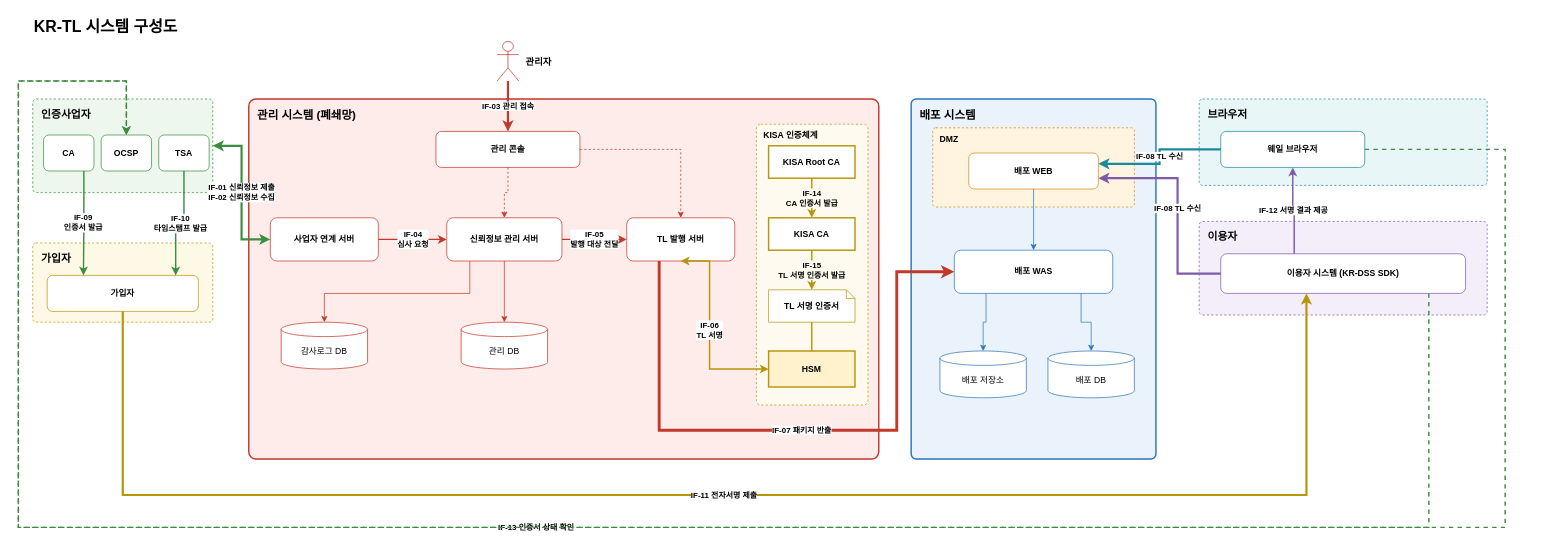
yongsungkim-electcerti/kr-dss keeps this draw.io diagram as docs/design/KR-TL-관리시스템/diagrams/krtl-system.drawio. Above is the earlier version. Source tidied: cells renumbered, new cells numbered last; positions are measured from the earlier drawing's top-left corner, leaving out a move shared by most shapes. Both pictures are drawn from the tidied source at 72%, with x=0, y=0 at pixel (18, 12).
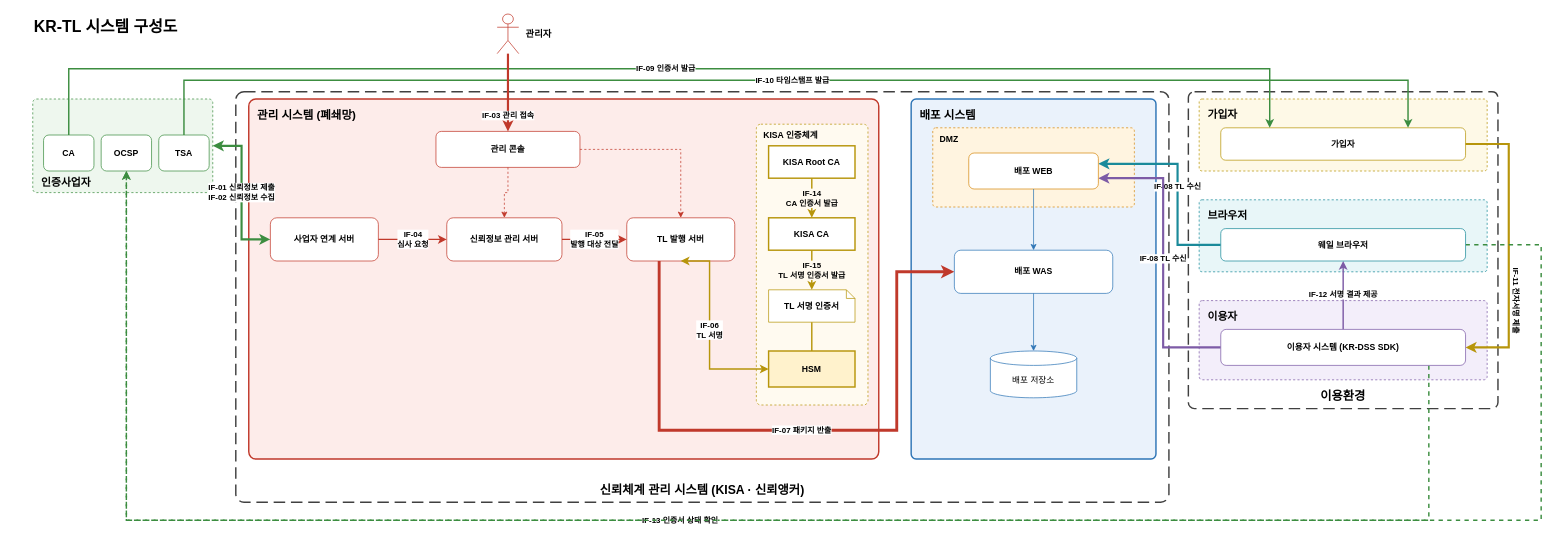
After the change.

Commit message (it also covers changes not shown here):
docs(kr-tl): 구성도 DB 제거, 이용환경 한 열 배치, 신뢰체계 관리 시스템(신뢰앵커) 그룹 표시 [claude]

Unchanged cells that the change refers to:
```xml
<mxCell id="10" value="CA" style="rounded=1;whiteSpace=wrap;html=1;fillColor=#ffffff;strokeColor=#3c8d40;fontStyle=1;" parent="1" vertex="1">
  <mxGeometry x="35" y="170" width="70" height="50" as="geometry" />
</mxCell>
<mxCell id="11" value="OCSP" style="rounded=1;whiteSpace=wrap;html=1;fillColor=#ffffff;strokeColor=#3c8d40;fontStyle=1;" parent="1" vertex="1">
  <mxGeometry x="115" y="170" width="70" height="50" as="geometry" />
</mxCell>
<mxCell id="12" value="TSA" style="rounded=1;whiteSpace=wrap;html=1;fillColor=#ffffff;strokeColor=#3c8d40;fontStyle=1;" parent="1" vertex="1">
  <mxGeometry x="195" y="170" width="70" height="50" as="geometry" />
</mxCell>
<mxCell id="15" value="관리 콘솔" style="rounded=1;whiteSpace=wrap;html=1;fillColor=#ffffff;strokeColor=#c0392b;fontStyle=1;" parent="1" vertex="1">
  <mxGeometry x="580" y="165" width="200" height="50" as="geometry" />
</mxCell>
<mxCell id="17" value="신뢰정보 관리 서버" style="rounded=1;whiteSpace=wrap;html=1;fillColor=#ffffff;strokeColor=#c0392b;fontStyle=1;" parent="1" vertex="1">
  <mxGeometry x="595" y="285" width="160" height="60" as="geometry" />
</mxCell>
<mxCell id="31" value="배포 WEB" style="rounded=1;whiteSpace=wrap;html=1;fillColor=#ffffff;strokeColor=#d68910;fontStyle=1;" parent="1" vertex="1">
  <mxGeometry x="1320" y="195" width="180" height="50" as="geometry" />
</mxCell>
<mxCell id="32" value="배포 WAS" style="rounded=1;whiteSpace=wrap;html=1;fillColor=#ffffff;strokeColor=#2e75b6;fontStyle=1;" parent="1" vertex="1">
  <mxGeometry x="1300" y="330" width="220" height="60" as="geometry" />
</mxCell>
```

Change to the diagram source:
```diff
@@
+    <mxCell id="56" value="신뢰체계 관리 시스템 (KISA · 신뢰앵커)" style="rounded=1;arcSize=2;fillColor=none;strokeColor=#404040;strokeWidth=2;dashed=1;dashPattern=8 4;verticalAlign=bottom;align=center;spacingBottom=6;fontStyle=1;fontSize=17;" parent="1" vertex="1">
+      <mxGeometry x="302" y="110" width="1296" height="570" as="geometry" />
+    </mxCell>
+    <mxCell id="57" value="이용환경" style="rounded=1;arcSize=2;fillColor=none;strokeColor=#404040;strokeWidth=2;dashed=1;dashPattern=8 4;verticalAlign=bottom;align=center;spacingBottom=6;fontStyle=1;fontSize=17;" parent="1" vertex="1">
+      <mxGeometry x="1625" y="110" width="430" height="440" as="geometry" />
+    </mxCell>
+    <mxCell id="53" value="IF-11 전자서명 제출" style="text;html=1;fontSize=11;fontStyle=1;align=center;verticalAlign=middle;labelBackgroundColor=#ffffff;rotation=90;" parent="1" vertex="1">
+      <mxGeometry x="2015" y="390" width="130" height="20" as="geometry" />
+    </mxCell>
-    <mxCell id="3" value="인증사업자" style="rounded=1;arcSize=4;dashed=1;fillColor=#eef7ee;strokeColor=#3c8d40;verticalAlign=top;align=left;spacingLeft=10;spacingTop=6;fontStyle=1;fontSize=15;" parent="1" vertex="1">
+    <mxCell id="3" value="인증사업자" style="rounded=1;arcSize=4;dashed=1;fillColor=#eef7ee;strokeColor=#3c8d40;verticalAlign=bottom;spacingBottom=4;align=left;spacingLeft=10;spacingTop=6;fontStyle=1;fontSize=15;" parent="1" vertex="1">
       <mxGeometry x="20" y="120" width="250" height="130" as="geometry" />
     </mxCell>
-    <mxCell id="4" value="가입자" style="rounded=1;arcSize=4;dashed=1;fillColor=#fef9e7;strokeColor=#b7950b;verticalAlign=top;align=left;spacingLeft=10;spacingTop=6;fontStyle=1;fontSize=15;" parent="1" vertex="1">
-      <mxGeometry x="20" y="320" width="250" height="110" as="geometry" />
-    </mxCell>
@@
     <mxCell id="8" value="브라우저" style="rounded=1;arcSize=4;dashed=1;fillColor=#e8f6f8;strokeColor=#1a8a9a;verticalAlign=top;align=left;spacingLeft=10;spacingTop=6;fontStyle=1;fontSize=15;" parent="1" vertex="1">
-      <mxGeometry x="1640" y="120" width="400" height="120" as="geometry" />
+      <mxGeometry x="1640" y="260" width="400" height="100" as="geometry" />
     </mxCell>
     <mxCell id="9" value="이용자" style="rounded=1;arcSize=4;dashed=1;fillColor=#f3eefa;strokeColor=#7d5ba6;verticalAlign=top;align=left;spacingLeft=10;spacingTop=6;fontStyle=1;fontSize=15;" parent="1" vertex="1">
-      <mxGeometry x="1640" y="290" width="400" height="130" as="geometry" />
+      <mxGeometry x="1640" y="400" width="400" height="110" as="geometry" />
     </mxCell>
@@
-    <mxCell id="13" value="가입자" style="rounded=1;whiteSpace=wrap;html=1;fillColor=#ffffff;strokeColor=#b7950b;fontStyle=1;" parent="1" vertex="1">
-      <mxGeometry x="40" y="365" width="210" height="50" as="geometry" />
-    </mxCell>
     <mxCell id="14" value="&lt;b&gt;관리자&lt;/b&gt;" style="shape=umlActor;verticalLabelPosition=middle;labelPosition=right;align=left;spacingLeft=8;html=1;outlineConnect=0;fillColor=#ffffff;strokeColor=#c0392b;fontSize=13;" parent="1" vertex="1">
-      <mxGeometry x="665" y="40" width="30" height="55" as="geometry" />
+      <mxGeometry x="665" y="2" width="30" height="55" as="geometry" />
     </mxCell>
@@
-    <mxCell id="19" value="감사로그 DB" style="shape=cylinder3;whiteSpace=wrap;html=1;boundedLbl=1;size=10;fillColor=#ffffff;strokeColor=#c0392b;" parent="1" vertex="1">
-      <mxGeometry x="365" y="430" width="120" height="65" as="geometry" />
-    </mxCell>
-    <mxCell id="20" value="관리 DB" style="shape=cylinder3;whiteSpace=wrap;html=1;boundedLbl=1;size=10;fillColor=#ffffff;strokeColor=#c0392b;" parent="1" vertex="1">
-      <mxGeometry x="615" y="430" width="120" height="65" as="geometry" />
-    </mxCell>
@@
+    <mxCell id="4" value="가입자" style="rounded=1;arcSize=4;dashed=1;fillColor=#fef9e7;strokeColor=#b7950b;verticalAlign=top;align=left;spacingLeft=10;spacingTop=6;fontStyle=1;fontSize=15;" parent="1" vertex="1">
+      <mxGeometry x="1640" y="120" width="400" height="100" as="geometry" />
+    </mxCell>
+    <mxCell id="13" value="가입자" style="rounded=1;whiteSpace=wrap;html=1;fillColor=#ffffff;strokeColor=#b7950b;fontStyle=1;" parent="1" vertex="1">
+      <mxGeometry x="1670" y="160" width="340" height="45" as="geometry" />
+    </mxCell>
+    <mxCell id="39" value="IF-09 인증서 발급" style="edgeStyle=orthogonalEdgeStyle;rounded=0;html=1;fontSize=11;fontStyle=1;labelBackgroundColor=#ffffff;strokeColor=#3c8d40;strokeWidth=2;exitX=0.5;exitY=0;entryX=0.2;entryY=0;" parent="1" edge="1" source="10" target="13">
+      <mxGeometry relative="1" as="geometry">
+        <Array as="points">
+          <mxPoint x="70" y="78" />
+          <mxPoint x="1738" y="78" />
+        </Array>
+      </mxGeometry>
+    </mxCell>
+    <mxCell id="40" value="IF-10 타임스탬프 발급" style="edgeStyle=orthogonalEdgeStyle;rounded=0;html=1;fontSize=11;fontStyle=1;labelBackgroundColor=#ffffff;strokeColor=#3c8d40;strokeWidth=2;exitX=0.5;exitY=0;entryX=0.765;entryY=0;" parent="1" edge="1" source="12" target="13">
+      <mxGeometry relative="1" as="geometry">
+        <Array as="points">
+          <mxPoint x="230" y="94" />
+          <mxPoint x="1930" y="94" />
+        </Array>
+      </mxGeometry>
+    </mxCell>
+    <mxCell id="58" style="edgeStyle=orthogonalEdgeStyle;rounded=0;html=1;fontSize=11;fontStyle=1;labelBackgroundColor=#ffffff;strokeColor=#b7950b;strokeWidth=3;exitX=1;exitY=0.5;entryX=1;entryY=0.5;" parent="1" edge="1" source="13" target="36">
+      <mxGeometry relative="1" as="geometry">
+        <Array as="points">
+          <mxPoint x="2070" y="182" />
+          <mxPoint x="2070" y="465" />
+        </Array>
+      </mxGeometry>
+    </mxCell>
+    <mxCell id="52" value="IF-12 서명 결과 제공" style="edgeStyle=orthogonalEdgeStyle;rounded=0;html=1;fontSize=11;fontStyle=1;labelBackgroundColor=#ffffff;strokeColor=#7d5ba6;strokeWidth=2;exitX=0.5;exitY=0;entryX=0.5;entryY=1;" parent="1" edge="1" source="36" target="35">
+      <mxGeometry relative="1" as="geometry" />
+    </mxCell>
+    <mxCell id="50" value="IF-08 TL 수신" style="edgeStyle=orthogonalEdgeStyle;rounded=0;html=1;fontSize=11;fontStyle=1;labelBackgroundColor=#ffffff;strokeColor=#1a8a9a;strokeWidth=3;exitX=0;exitY=0.5;entryX=1;entryY=0.3;" parent="1" edge="1" source="35" target="31">
+      <mxGeometry relative="1" as="geometry">
+        <Array as="points">
+          <mxPoint x="1610" y="322" />
+          <mxPoint x="1610" y="210" />
+        </Array>
+      </mxGeometry>
+    </mxCell>
+    <mxCell id="51" value="IF-08 TL 수신" style="edgeStyle=orthogonalEdgeStyle;rounded=0;html=1;fontSize=11;fontStyle=1;labelBackgroundColor=#ffffff;strokeColor=#7d5ba6;strokeWidth=3;exitX=0;exitY=0.5;entryX=1;entryY=0.7;" parent="1" edge="1" source="36" target="31">
+      <mxGeometry relative="1" as="geometry">
+        <Array as="points">
+          <mxPoint x="1590" y="465" />
+          <mxPoint x="1590" y="230" />
+        </Array>
+      </mxGeometry>
+    </mxCell>
+    <mxCell id="54" value="IF-13 인증서 상태 확인" style="edgeStyle=orthogonalEdgeStyle;rounded=0;html=1;fontSize=11;fontStyle=1;labelBackgroundColor=#ffffff;strokeColor=#3c8d40;strokeWidth=2;dashed=1;exitX=0.85;exitY=1;entryX=0.5;entryY=1;" parent="1" edge="1" source="36" target="11">
+      <mxGeometry relative="1" as="geometry">
+        <Array as="points">
+          <mxPoint x="1959" y="705" />
+          <mxPoint x="150" y="705" />
+        </Array>
+      </mxGeometry>
+    </mxCell>
+    <mxCell id="55" style="edgeStyle=orthogonalEdgeStyle;rounded=0;html=1;fontSize=11;fontStyle=1;labelBackgroundColor=#ffffff;strokeColor=#3c8d40;strokeWidth=2;dashed=1;exitX=1;exitY=0.5;entryX=0.5;entryY=1;" parent="1" edge="1" source="35" target="11">
+      <mxGeometry relative="1" as="geometry">
+        <Array as="points">
+          <mxPoint x="2115" y="322" />
+          <mxPoint x="2115" y="705" />
+          <mxPoint x="150" y="705" />
+        </Array>
+      </mxGeometry>
+    </mxCell>
@@
     <mxCell id="33" value="배포 저장소" style="shape=cylinder3;whiteSpace=wrap;html=1;boundedLbl=1;size=10;fillColor=#ffffff;strokeColor=#2e75b6;" parent="1" vertex="1">
-      <mxGeometry x="1280" y="470" width="120" height="65" as="geometry" />
+      <mxGeometry x="1350" y="470" width="120" height="65" as="geometry" />
     </mxCell>
-    <mxCell id="34" value="배포 DB" style="shape=cylinder3;whiteSpace=wrap;html=1;boundedLbl=1;size=10;fillColor=#ffffff;strokeColor=#2e75b6;" parent="1" vertex="1">
-      <mxGeometry x="1430" y="470" width="120" height="65" as="geometry" />
-    </mxCell>
     <mxCell id="35" value="웨일 브라우저" style="rounded=1;whiteSpace=wrap;html=1;fillColor=#ffffff;strokeColor=#1a8a9a;fontStyle=1;" parent="1" vertex="1">
-      <mxGeometry x="1670" y="165" width="200" height="50" as="geometry" />
+      <mxGeometry x="1670" y="300" width="340" height="45" as="geometry" />
     </mxCell>
     <mxCell id="36" value="이용자 시스템 (KR-DSS SDK)" style="rounded=1;whiteSpace=wrap;html=1;fillColor=#ffffff;strokeColor=#7d5ba6;fontStyle=1;" parent="1" vertex="1">
-      <mxGeometry x="1670" y="335" width="340" height="55" as="geometry" />
+      <mxGeometry x="1670" y="440" width="340" height="50" as="geometry" />
     </mxCell>
@@
     <mxCell id="38" value="IF-03 관리 접속" style="edgeStyle=orthogonalEdgeStyle;rounded=0;html=1;strokeColor=#c0392b;strokeWidth=3;fontSize=11;fontStyle=1;labelBackgroundColor=#ffffff;exitX=0.5;exitY=1;entryX=0.5;entryY=0;" parent="1" edge="1" source="14" target="15">
-      <mxGeometry relative="1" as="geometry" />
+      <mxGeometry x="0.6" relative="1" as="geometry" />
     </mxCell>
-    <mxCell id="39" value="IF-09&lt;br&gt;인증서 발급" style="edgeStyle=orthogonalEdgeStyle;rounded=0;html=1;strokeColor=#3c8d40;strokeWidth=2;fontSize=11;fontStyle=1;labelBackgroundColor=#ffffff;exitX=0.8;exitY=1;entryX=0.24;entryY=0;" parent="1" edge="1" source="10" target="13">
-      <mxGeometry relative="1" as="geometry" />
-    </mxCell>
-    <mxCell id="40" value="IF-10&lt;br&gt;타임스탬프 발급" style="edgeStyle=orthogonalEdgeStyle;rounded=0;html=1;strokeColor=#3c8d40;strokeWidth=2;fontSize=11;fontStyle=1;labelBackgroundColor=#ffffff;exitX=0.5;exitY=1;entryX=0.85;entryY=0;" parent="1" edge="1" source="12" target="13">
-      <mxGeometry relative="1" as="geometry" />
-    </mxCell>
@@
-    <mxCell id="45" style="edgeStyle=orthogonalEdgeStyle;rounded=0;html=1;strokeColor=#c0392b;exitX=0.5;exitY=1;entryX=0.5;entryY=0;entryDx=0;entryDy=0;" parent="1" edge="1" source="17" target="20">
-      <mxGeometry relative="1" as="geometry" />
-    </mxCell>
-    <mxCell id="46" style="edgeStyle=orthogonalEdgeStyle;rounded=0;html=1;strokeColor=#c0392b;exitX=0.2;exitY=1;entryX=0.5;entryY=0;entryDx=0;entryDy=0;" parent="1" edge="1" source="17" target="19">
-      <mxGeometry relative="1" as="geometry">
-        <Array as="points">
-          <mxPoint x="627" y="390" />
-          <mxPoint x="425" y="390" />
-        </Array>
-      </mxGeometry>
-    </mxCell>
@@
-    <mxCell id="48" style="edgeStyle=orthogonalEdgeStyle;rounded=0;html=1;strokeColor=#2e75b6;exitX=0.2;exitY=1;entryX=0.5;entryY=0;entryDx=0;entryDy=0;" parent="1" edge="1" source="32" target="33">
+    <mxCell id="48" style="edgeStyle=orthogonalEdgeStyle;rounded=0;html=1;strokeColor=#2e75b6;exitX=0.5;exitY=1;entryX=0.5;entryY=0;entryDx=0;entryDy=0;" parent="1" edge="1" source="32" target="33">
       <mxGeometry relative="1" as="geometry" />
     </mxCell>
-    <mxCell id="49" style="edgeStyle=orthogonalEdgeStyle;rounded=0;html=1;strokeColor=#2e75b6;exitX=0.8;exitY=1;entryX=0.5;entryY=0;entryDx=0;entryDy=0;" parent="1" edge="1" source="32" target="34">
-      <mxGeometry relative="1" as="geometry" />
-    </mxCell>
-    <mxCell id="50" value="IF-08 TL 수신" style="edgeStyle=orthogonalEdgeStyle;rounded=0;html=1;strokeColor=#1a8a9a;strokeWidth=3;fontSize=11;fontStyle=1;labelBackgroundColor=#ffffff;exitX=0;exitY=0.5;entryX=1;entryY=0.3;" parent="1" edge="1" source="35" target="31">
-      <mxGeometry relative="1" as="geometry" />
-    </mxCell>
-    <mxCell id="51" value="IF-08 TL 수신" style="edgeStyle=orthogonalEdgeStyle;rounded=0;html=1;strokeColor=#7d5ba6;strokeWidth=3;fontSize=11;fontStyle=1;labelBackgroundColor=#ffffff;exitX=0;exitY=0.5;entryX=1;entryY=0.7;" parent="1" edge="1" source="36" target="31">
-      <mxGeometry relative="1" as="geometry">
-        <Array as="points">
-          <mxPoint x="1610" y="362" />
-          <mxPoint x="1610" y="230" />
-        </Array>
-      </mxGeometry>
-    </mxCell>
-    <mxCell id="52" value="IF-12 서명 결과 제공" style="edgeStyle=orthogonalEdgeStyle;rounded=0;html=1;strokeColor=#7d5ba6;strokeWidth=2;fontSize=11;fontStyle=1;labelBackgroundColor=#ffffff;exitX=0.3;exitY=0;entryX=0.5;entryY=1;" parent="1" edge="1" source="36" target="35">
-      <mxGeometry relative="1" as="geometry" />
-    </mxCell>
-    <mxCell id="53" value="IF-11 전자서명 제출" style="edgeStyle=orthogonalEdgeStyle;rounded=0;html=1;strokeColor=#b7950b;strokeWidth=3;fontSize=11;fontStyle=1;labelBackgroundColor=#ffffff;exitX=0.5;exitY=1;entryX=0.35;entryY=1;" parent="1" edge="1" source="13" target="36">
-      <mxGeometry relative="1" as="geometry">
-        <Array as="points">
-          <mxPoint x="145" y="670" />
-          <mxPoint x="1789" y="670" />
-        </Array>
-      </mxGeometry>
-    </mxCell>
-    <mxCell id="54" value="IF-13 인증서 상태 확인" style="edgeStyle=orthogonalEdgeStyle;rounded=0;html=1;strokeColor=#3c8d40;strokeWidth=2;dashed=1;fontSize=11;fontStyle=1;labelBackgroundColor=#ffffff;exitX=0.85;exitY=1;entryX=0.5;entryY=0;" parent="1" edge="1" source="36" target="11">
-      <mxGeometry relative="1" as="geometry">
-        <Array as="points">
-          <mxPoint x="1959" y="715" />
-          <mxPoint y="715" />
-          <mxPoint y="95" />
-          <mxPoint x="150" y="95" />
-        </Array>
-      </mxGeometry>
-    </mxCell>
-    <mxCell id="55" style="edgeStyle=orthogonalEdgeStyle;rounded=0;html=1;strokeColor=#3c8d40;strokeWidth=2;dashed=1;exitX=1;exitY=0.5;entryX=0.5;entryY=0;" parent="1" edge="1" source="35" target="11">
-      <mxGeometry relative="1" as="geometry">
-        <Array as="points">
-          <mxPoint x="2065" y="190" />
-          <mxPoint x="2065" y="715" />
-          <mxPoint y="715" />
-          <mxPoint y="95" />
-          <mxPoint x="150" y="95" />
-        </Array>
-      </mxGeometry>
-    </mxCell>
```
